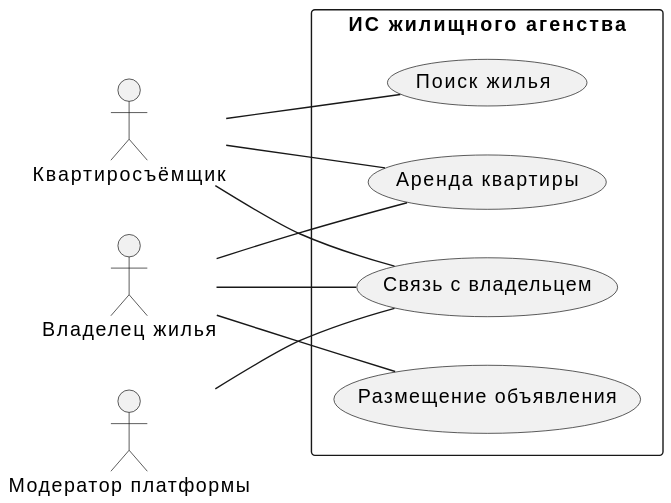
penamarth/bsbo-13-22_team1_var8 keeps this PlantUML diagram as assets/plantuml/use_case_diagram.svg. Above is the earlier version.
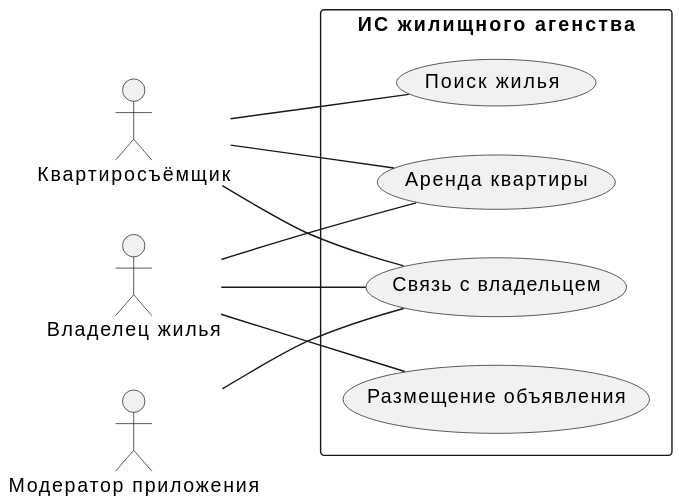
Above is the later version.

Diff of the diagram source:
```diff
@@ -4,7 +4,7 @@
 
 :Квартиросъёмщик:
 :Владелец жилья:
-:Модератор платформы:
+:Модератор приложения:
 
 package "ИС жилищного агенства" {
 
@@ -23,5 +23,5 @@
 :Владелец жилья: -- (Аренда квартиры)
 :Владелец жилья: -- (Связь с владельцем)
 
-:Модератор платформы: -- (Связь с владельцем)
+:Модератор приложения: -- (Связь с владельцем)
 @enduml
```
